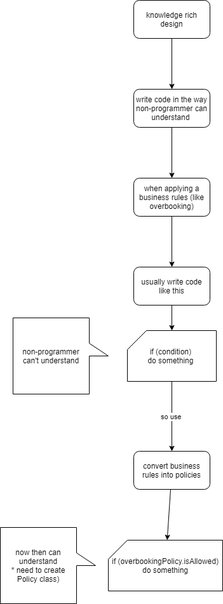
Before: ddd_basic.png, a diagram exported from draw.io (stsiwo/ddd_concept). Source tidied: cells renumbered, new cells last; positions are measured from the earlier drawing's top-left corner, leaving out a move shared by most shapes.
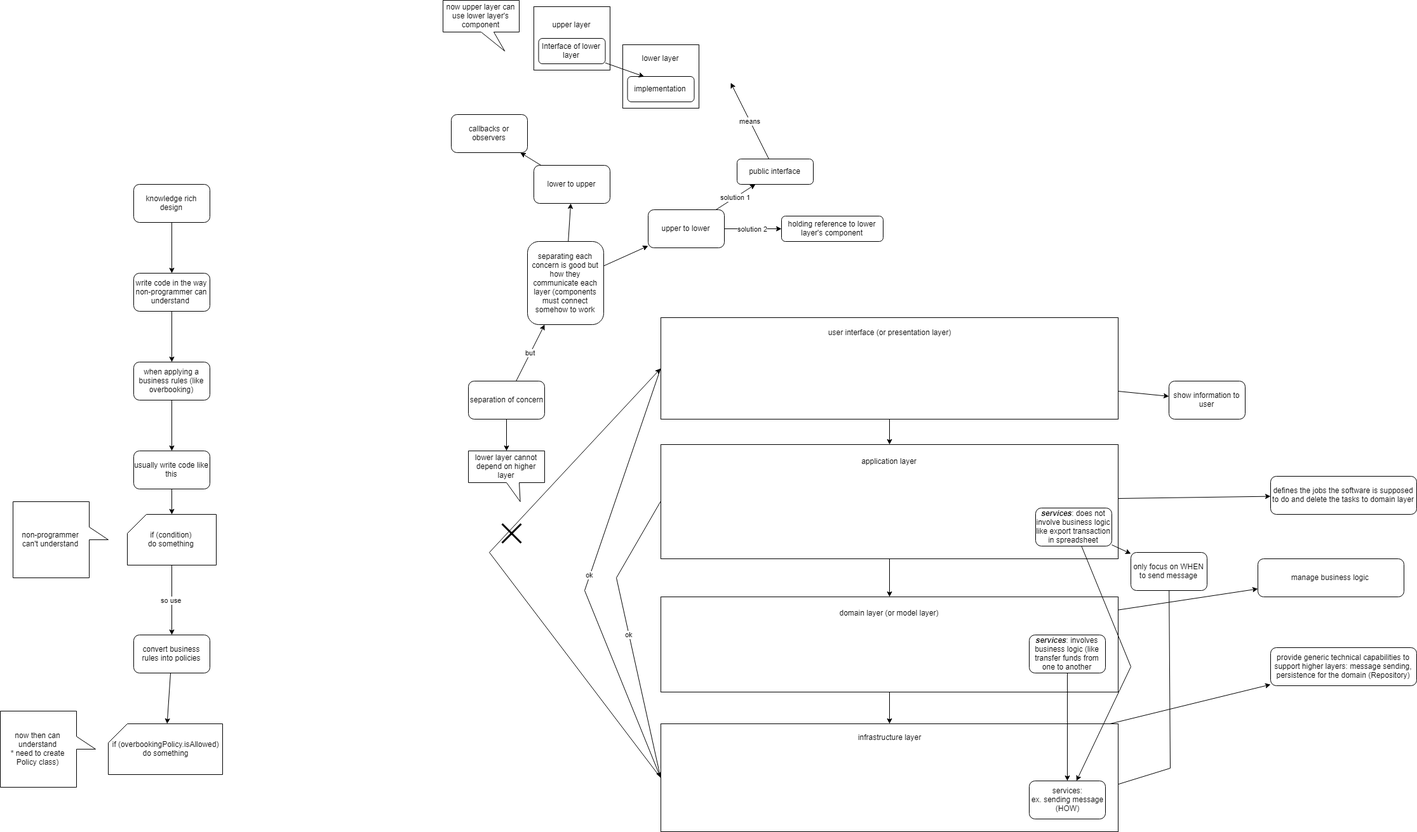
After the change.

The edit, as a diff of the source:
```diff
@@ -47,5 +47,177 @@
     <mxCell id="16" value="now then can understand&lt;br&gt;* need to create Policy class)&lt;br&gt;" style="shape=callout;whiteSpace=wrap;html=1;perimeter=calloutPerimeter;direction=north;" parent="1" vertex="1">
       <mxGeometry y="830" width="150" height="120" as="geometry" />
     </mxCell>
+    <mxCell id="17" value="&amp;nbsp; &amp;nbsp; &amp;nbsp;&amp;nbsp;" style="text;html=1;align=left;verticalAlign=top;spacingTop=-4;" parent="1" vertex="1">
+      <mxGeometry x="737" y="151" width="40" height="20" as="geometry" />
+    </mxCell>
+    <mxCell id="18" style="edgeStyle=orthogonalEdgeStyle;rounded=0;html=1;jettySize=auto;" parent="1" edge="1" source="21" target="26">
+      <mxGeometry relative="1" as="geometry" />
+    </mxCell>
+    <mxCell id="19" style="edgeStyle=none;rounded=0;html=1;jettySize=auto;" parent="1" edge="1" source="21" target="33">
+      <mxGeometry relative="1" as="geometry" />
+    </mxCell>
+    <mxCell id="20" value="ok" style="edgeStyle=none;rounded=0;html=1;entryX=0;entryY=0.5;entryDx=0;entryDy=0;jettySize=auto;exitX=0;exitY=0.5;exitDx=0;exitDy=0;" parent="1" edge="1" source="21" target="32">
+      <mxGeometry relative="1" as="geometry">
+        <Array as="points">
+          <mxPoint x="920" y="640" />
+        </Array>
+      </mxGeometry>
+    </mxCell>
+    <mxCell id="21" value="user interface (or presentation layer)&lt;br&gt;&lt;br&gt;&lt;br&gt;&lt;br&gt;&lt;br&gt;&lt;br&gt;&lt;br&gt;&lt;br&gt;&lt;br&gt;" style="rounded=0;whiteSpace=wrap;html=1;" parent="1" vertex="1">
+      <mxGeometry x="1040" y="210" width="720" height="160" as="geometry" />
+    </mxCell>
+    <mxCell id="22" style="edgeStyle=orthogonalEdgeStyle;rounded=0;html=1;jettySize=auto;" parent="1" edge="1" source="26" target="29">
+      <mxGeometry relative="1" as="geometry" />
+    </mxCell>
+    <mxCell id="23" style="edgeStyle=none;rounded=0;html=1;jettySize=auto;" parent="1" edge="1" source="26" target="34">
+      <mxGeometry relative="1" as="geometry" />
+    </mxCell>
+    <mxCell id="24" value="ok" style="edgeStyle=none;rounded=0;html=1;entryX=0;entryY=0.5;entryDx=0;entryDy=0;jettySize=auto;exitX=0;exitY=0.5;exitDx=0;exitDy=0;" parent="1" edge="1" source="26" target="32">
+      <mxGeometry relative="1" as="geometry">
+        <Array as="points">
+          <mxPoint x="970" y="620" />
+        </Array>
+      </mxGeometry>
+    </mxCell>
+    <mxCell id="25" style="edgeStyle=none;rounded=0;html=1;jettySize=auto;" parent="1" edge="1" source="60" target="62">
+      <mxGeometry relative="1" as="geometry">
+        <Array as="points">
+          <mxPoint x="1842" y="920" />
+        </Array>
+      </mxGeometry>
+    </mxCell>
+    <mxCell id="26" value="application layer&lt;br&gt;&lt;br&gt;&lt;br&gt;&lt;br&gt;&lt;br&gt;&lt;br&gt;&lt;br&gt;&lt;br&gt;&lt;br&gt;&lt;br&gt;" style="rounded=0;whiteSpace=wrap;html=1;" parent="1" vertex="1">
+      <mxGeometry x="1040" y="410" width="720" height="180" as="geometry" />
+    </mxCell>
+    <mxCell id="27" style="edgeStyle=orthogonalEdgeStyle;rounded=0;html=1;jettySize=auto;" parent="1" edge="1" source="29" target="32">
+      <mxGeometry relative="1" as="geometry" />
+    </mxCell>
+    <mxCell id="28" style="edgeStyle=none;rounded=0;html=1;jettySize=auto;" parent="1" edge="1" source="29" target="35">
+      <mxGeometry relative="1" as="geometry" />
+    </mxCell>
+    <mxCell id="29" value="domain layer (or model layer)&lt;br&gt;&lt;br&gt;&lt;br&gt;&lt;br&gt;&lt;br&gt;&lt;br&gt;&lt;br&gt;&lt;br&gt;" style="rounded=0;whiteSpace=wrap;html=1;" parent="1" vertex="1">
+      <mxGeometry x="1040" y="650" width="720" height="150" as="geometry" />
+    </mxCell>
+    <mxCell id="30" style="edgeStyle=none;rounded=0;html=1;jettySize=auto;" parent="1" edge="1" source="32" target="36">
+      <mxGeometry relative="1" as="geometry" />
+    </mxCell>
+    <mxCell id="31" style="edgeStyle=none;rounded=0;html=1;entryX=0;entryY=0.5;entryDx=0;entryDy=0;jettySize=auto;exitX=0;exitY=0.5;exitDx=0;exitDy=0;" parent="1" edge="1" source="32" target="21">
+      <mxGeometry relative="1" as="geometry">
+        <Array as="points">
+          <mxPoint x="770" y="580" />
+        </Array>
+      </mxGeometry>
+    </mxCell>
+    <mxCell id="32" value="infrastructure layer&lt;br&gt;&lt;br&gt;&lt;br&gt;&lt;br&gt;&lt;br&gt;&lt;br&gt;&lt;br&gt;&lt;br&gt;&lt;br&gt;&lt;br&gt;" style="rounded=0;whiteSpace=wrap;html=1;" parent="1" vertex="1">
+      <mxGeometry x="1040" y="850" width="720" height="170" as="geometry" />
+    </mxCell>
+    <mxCell id="33" value="show information to user" style="rounded=1;whiteSpace=wrap;html=1;" parent="1" vertex="1">
+      <mxGeometry x="1840" y="310" width="120" height="60" as="geometry" />
+    </mxCell>
+    <mxCell id="34" value="defines the jobs the software is supposed to do and delete the tasks to domain layer" style="rounded=1;whiteSpace=wrap;html=1;" parent="1" vertex="1">
+      <mxGeometry x="2000" y="460" width="230" height="60" as="geometry" />
+    </mxCell>
+    <mxCell id="35" value="manage business logic&amp;nbsp;" style="rounded=1;whiteSpace=wrap;html=1;" parent="1" vertex="1">
+      <mxGeometry x="1980" y="590" width="230" height="60" as="geometry" />
+    </mxCell>
+    <mxCell id="36" value="provide generic technical capabilities to support higher layers: message sending, persistence for the domain (Repository)" style="rounded=1;whiteSpace=wrap;html=1;" parent="1" vertex="1">
+      <mxGeometry x="2000" y="730" width="230" height="60" as="geometry" />
+    </mxCell>
+    <mxCell id="37" style="shape=umlDestroy;whiteSpace=wrap;html=1;strokeWidth=3;" parent="1" vertex="1">
+      <mxGeometry x="790" y="535" width="30" height="30" as="geometry" />
+    </mxCell>
+    <mxCell id="38" value="lower layer cannot depend on higher layer" style="shape=callout;whiteSpace=wrap;html=1;perimeter=calloutPerimeter;position2=0.68;" parent="1" vertex="1">
+      <mxGeometry x="737" y="420" width="120" height="80" as="geometry" />
+    </mxCell>
+    <mxCell id="39" style="edgeStyle=none;rounded=0;html=1;jettySize=auto;" parent="1" edge="1" source="41" target="38">
+      <mxGeometry relative="1" as="geometry" />
+    </mxCell>
+    <mxCell id="40" value="but" style="edgeStyle=none;rounded=0;html=1;jettySize=auto;" parent="1" edge="1" source="41" target="46">
+      <mxGeometry relative="1" as="geometry" />
+    </mxCell>
+    <mxCell id="41" value="separation of concern" style="rounded=1;whiteSpace=wrap;html=1;" parent="1" vertex="1">
+      <mxGeometry x="737" y="310" width="120" height="60" as="geometry" />
+    </mxCell>
+    <mxCell id="42" value="solution 1" style="edgeStyle=none;rounded=0;html=1;jettySize=auto;" parent="1" edge="1" source="56" target="48">
+      <mxGeometry relative="1" as="geometry" />
+    </mxCell>
+    <mxCell id="43" value="solution 2" style="edgeStyle=none;rounded=0;html=1;jettySize=auto;" parent="1" edge="1" source="56" target="55">
+      <mxGeometry relative="1" as="geometry" />
+    </mxCell>
+    <mxCell id="44" style="edgeStyle=none;rounded=0;html=1;jettySize=auto;" parent="1" edge="1" source="46" target="56">
+      <mxGeometry relative="1" as="geometry" />
+    </mxCell>
+    <mxCell id="45" style="edgeStyle=none;rounded=0;html=1;jettySize=auto;" parent="1" edge="1" source="46" target="58">
+      <mxGeometry relative="1" as="geometry" />
+    </mxCell>
+    <mxCell id="46" value="separating each concern is good but how they communicate each layer (components must connect somehow to work" style="rounded=1;whiteSpace=wrap;html=1;" parent="1" vertex="1">
+      <mxGeometry x="830" y="90" width="120" height="131" as="geometry" />
+    </mxCell>
+    <mxCell id="47" value="means" style="edgeStyle=none;rounded=0;html=1;jettySize=auto;" parent="1" edge="1" source="48">
+      <mxGeometry relative="1" as="geometry">
+        <mxPoint x="1150" y="-160" as="targetPoint" />
+      </mxGeometry>
+    </mxCell>
+    <mxCell id="48" value="public interface" style="rounded=1;whiteSpace=wrap;html=1;" parent="1" vertex="1">
+      <mxGeometry x="1160" y="-40" width="120" height="40" as="geometry" />
+    </mxCell>
+    <mxCell id="49" value="upper layer&lt;br&gt;&lt;br&gt;&lt;br&gt;&lt;br&gt;" style="rounded=0;whiteSpace=wrap;html=1;" parent="1" vertex="1">
+      <mxGeometry x="840" y="-280" width="120" height="100" as="geometry" />
+    </mxCell>
+    <mxCell id="50" value="Interface of lower layer" style="rounded=1;whiteSpace=wrap;html=1;" parent="1" vertex="1">
+      <mxGeometry x="847.5" y="-230" width="105" height="40" as="geometry" />
+    </mxCell>
+    <mxCell id="51" value="lower layer&lt;br&gt;&lt;br&gt;&lt;br&gt;&lt;br&gt;&lt;br&gt;" style="rounded=0;whiteSpace=wrap;html=1;" parent="1" vertex="1">
+      <mxGeometry x="980" y="-220" width="120" height="100" as="geometry" />
+    </mxCell>
+    <mxCell id="52" value="implementation" style="rounded=1;whiteSpace=wrap;html=1;" parent="1" vertex="1">
+      <mxGeometry x="987.5" y="-170" width="105" height="40" as="geometry" />
+    </mxCell>
+    <mxCell id="53" value="now upper layer can use lower layer's component" style="shape=callout;whiteSpace=wrap;html=1;perimeter=calloutPerimeter;position2=0.81;" parent="1" vertex="1">
+      <mxGeometry x="697" y="-290" width="120" height="80" as="geometry" />
+    </mxCell>
+    <mxCell id="54" style="edgeStyle=none;rounded=0;html=1;entryX=0.25;entryY=0;entryDx=0;entryDy=0;jettySize=auto;" parent="1" edge="1" source="50" target="52">
+      <mxGeometry relative="1" as="geometry" />
+    </mxCell>
+    <mxCell id="55" value="holding reference to lower layer's component" style="rounded=1;whiteSpace=wrap;html=1;" parent="1" vertex="1">
+      <mxGeometry x="1230" y="50" width="160" height="40" as="geometry" />
+    </mxCell>
+    <mxCell id="56" value="upper to lower" style="rounded=1;whiteSpace=wrap;html=1;" parent="1" vertex="1">
+      <mxGeometry x="1020" y="40" width="120" height="60" as="geometry" />
+    </mxCell>
+    <mxCell id="57" style="edgeStyle=none;rounded=0;html=1;jettySize=auto;" parent="1" edge="1" source="58" target="59">
+      <mxGeometry relative="1" as="geometry" />
+    </mxCell>
+    <mxCell id="58" value="lower to upper" style="rounded=1;whiteSpace=wrap;html=1;" parent="1" vertex="1">
+      <mxGeometry x="840" y="-30" width="120" height="60" as="geometry" />
+    </mxCell>
+    <mxCell id="59" value="callbacks or observers" style="rounded=1;whiteSpace=wrap;html=1;" parent="1" vertex="1">
+      <mxGeometry x="710" y="-110" width="120" height="60" as="geometry" />
+    </mxCell>
+    <mxCell id="60" value="only focus on WHEN to send message" style="rounded=1;whiteSpace=wrap;html=1;" parent="1" vertex="1">
+      <mxGeometry x="1780" y="580" width="120" height="60" as="geometry" />
+    </mxCell>
+    <mxCell id="61" style="edgeStyle=none;rounded=0;html=1;jettySize=auto;" parent="1" edge="1" source="66" target="60">
+      <mxGeometry relative="1" as="geometry" />
+    </mxCell>
+    <mxCell id="62" value="services:&lt;br&gt;ex. sending message&lt;br&gt;(HOW)&lt;br&gt;" style="rounded=1;whiteSpace=wrap;html=1;" parent="1" vertex="1">
+      <mxGeometry x="1620" y="940" width="120" height="60" as="geometry" />
+    </mxCell>
+    <mxCell id="63" style="edgeStyle=none;rounded=0;html=1;jettySize=auto;" parent="1" edge="1" source="64" target="62">
+      <mxGeometry relative="1" as="geometry" />
+    </mxCell>
+    <mxCell id="64" value="&lt;b&gt;&lt;i&gt;services&lt;/i&gt;&lt;/b&gt;: involves business logic (like transfer funds from one to another" style="rounded=1;whiteSpace=wrap;html=1;" parent="1" vertex="1">
+      <mxGeometry x="1620" y="710" width="120" height="60" as="geometry" />
+    </mxCell>
+    <mxCell id="65" style="edgeStyle=none;rounded=0;html=1;jettySize=auto;" parent="1" edge="1" source="66" target="62">
+      <mxGeometry relative="1" as="geometry">
+        <Array as="points">
+          <mxPoint x="1780" y="760" />
+        </Array>
+      </mxGeometry>
+    </mxCell>
+    <mxCell id="66" value="&lt;b&gt;&lt;i&gt;services&lt;/i&gt;&lt;/b&gt;: does not involve business logic like export transaction in spreadsheet" style="rounded=1;whiteSpace=wrap;html=1;" parent="1" vertex="1">
+      <mxGeometry x="1630" y="510" width="120" height="60" as="geometry" />
+    </mxCell>
   </root>
 </mxGraphModel>
```
